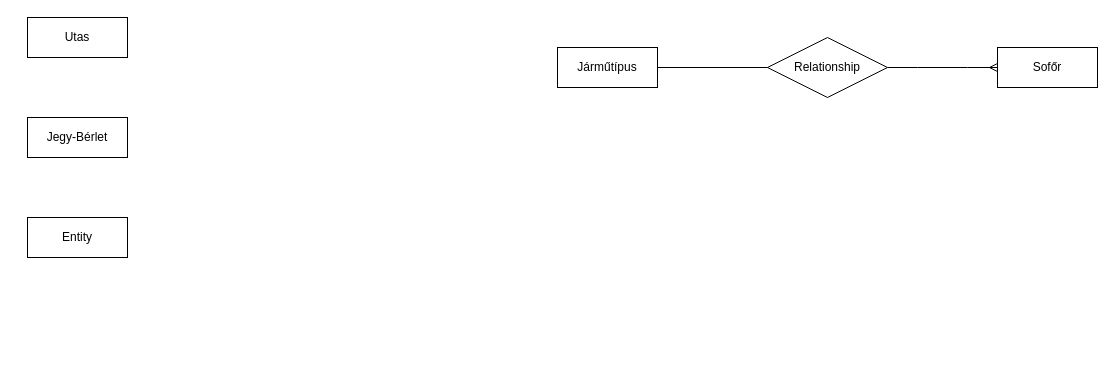
Above: HEPMIU_1011/hepmiu_5.2.drawio in urbanoliver/HEPMIU_DB1Gyak (draw.io), before the change. Source tidied: cells renumbered, new cells numbered last; positions are measured from the earlier drawing's top-left corner, leaving out a move shared by most shapes. Both pictures are drawn from the tidied source at 100%, with x=0, y=0 at pixel (27, 17).
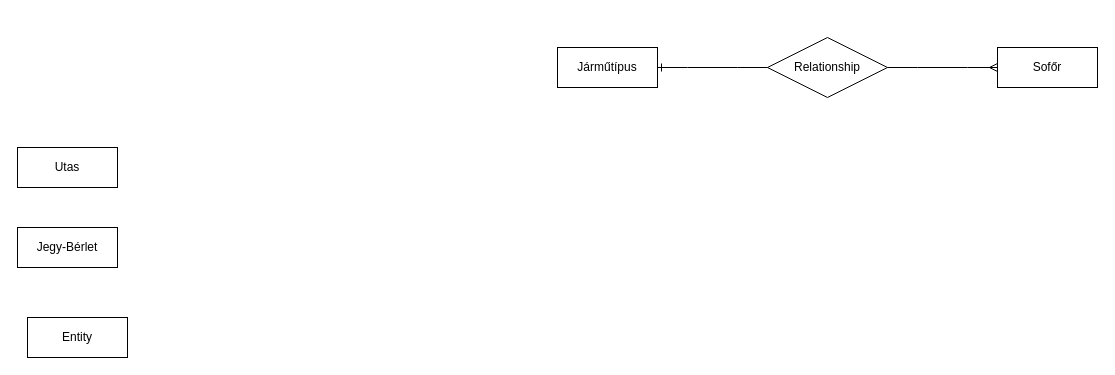
The same page after the edit.

The edit, as a diff of the source:
```diff
@@
 <mxGraphModel>
   <root>
     <mxCell id="0" />
     <mxCell id="1" parent="0" />
     <mxCell id="2" value="Entity" style="whiteSpace=wrap;html=1;align=center;" parent="1" vertex="1">
-      <mxGeometry y="200" width="100" height="40" as="geometry" />
+      <mxGeometry y="300" width="100" height="40" as="geometry" />
     </mxCell>
     <mxCell id="3" value="Utas" style="whiteSpace=wrap;html=1;align=center;" parent="1" vertex="1">
-      <mxGeometry width="100" height="40" as="geometry" />
+      <mxGeometry x="-10" y="130" width="100" height="40" as="geometry" />
     </mxCell>
     <mxCell id="4" value="Jegy-Bérlet" style="whiteSpace=wrap;html=1;align=center;" parent="1" vertex="1">
-      <mxGeometry y="100" width="100" height="40" as="geometry" />
+      <mxGeometry x="-10" y="210" width="100" height="40" as="geometry" />
     </mxCell>
     <mxCell id="5" value="Járműtípus" style="whiteSpace=wrap;html=1;align=center;" parent="1" vertex="1">
       <mxGeometry x="530" y="30" width="100" height="40" as="geometry" />
     </mxCell>
     <mxCell id="6" value="Sofőr" style="whiteSpace=wrap;html=1;align=center;" parent="1" vertex="1">
       <mxGeometry x="970" y="30" width="100" height="40" as="geometry" />
     </mxCell>
     <mxCell id="7" value="Relationship" style="shape=rhombus;perimeter=rhombusPerimeter;whiteSpace=wrap;html=1;align=center;" parent="1" vertex="1">
       <mxGeometry x="740" y="20" width="120" height="60" as="geometry" />
     </mxCell>
     <mxCell id="8" style="edgeStyle=entityRelationEdgeStyle;fontSize=12;html=1;endArrow=ERmany;rounded=0;exitX=1;exitY=0.5;exitDx=0;exitDy=0;entryX=0;entryY=0.5;entryDx=0;entryDy=0;" parent="1" edge="1" source="7" target="6">
       <mxGeometry relative="1" as="geometry" />
     </mxCell>
-    <mxCell id="9" style="endArrow=none;html=1;rounded=0;exitX=1;exitY=0.5;exitDx=0;exitDy=0;" parent="1" edge="1" source="5" target="7">
-      <mxGeometry relative="1" as="geometry" />
-    </mxCell>
+    <mxCell id="10" style="edgeStyle=entityRelationEdgeStyle;fontSize=12;html=1;endArrow=ERone;endFill=1;rounded=0;exitX=0;exitY=0.5;exitDx=0;exitDy=0;entryX=1;entryY=0.5;entryDx=0;entryDy=0;" parent="1" edge="1" source="7" target="5">
+      <mxGeometry relative="1" as="geometry" />
+    </mxCell>
   </root>
 </mxGraphModel>
```
